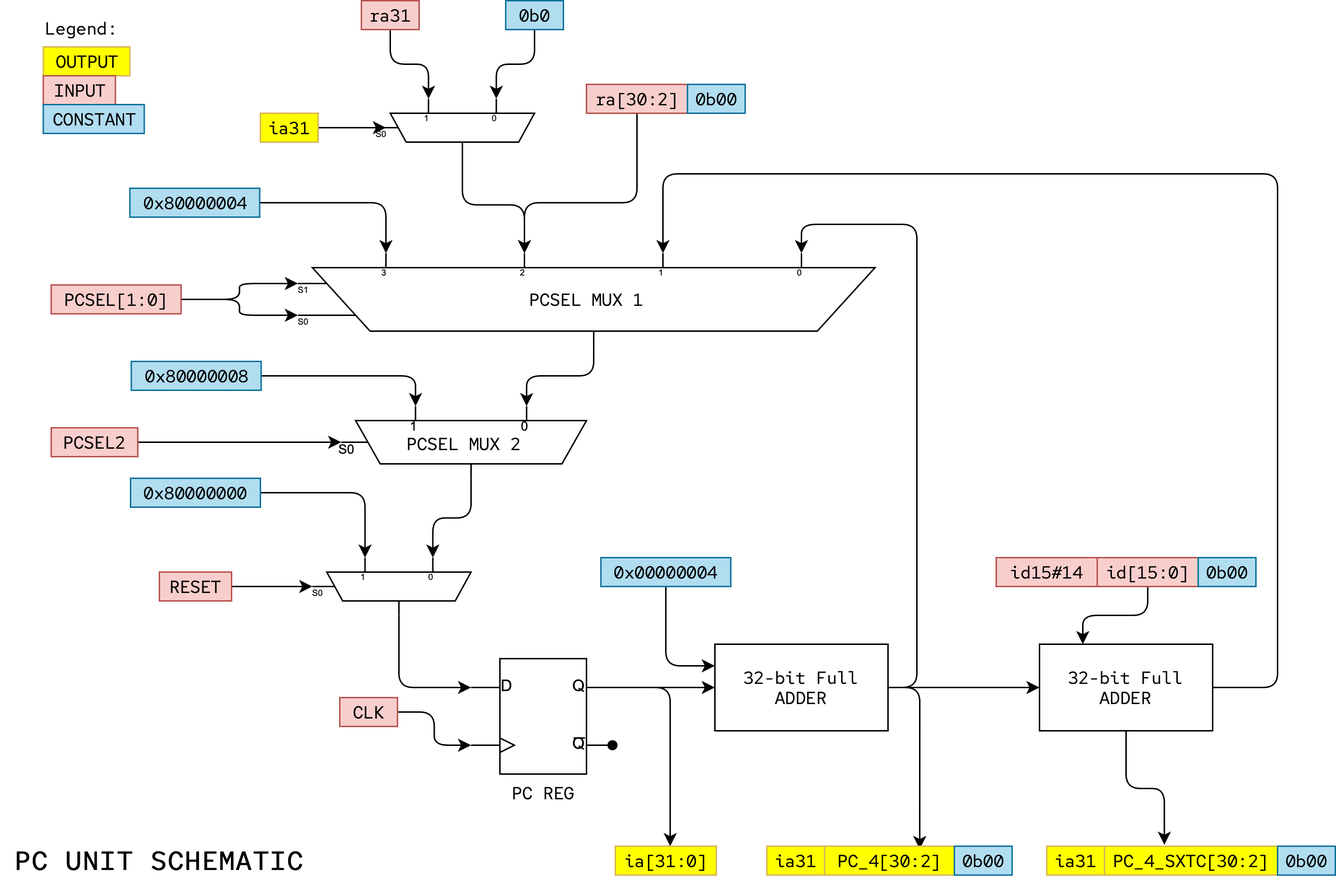
The draw.io diagram assets/contentimage/lab4/pcunit.png in natalieagus/50002, before a commit. Source tidied: cells renumbered, new cells last; positions are measured from the earlier drawing's top-left corner, leaving out a move shared by most shapes.
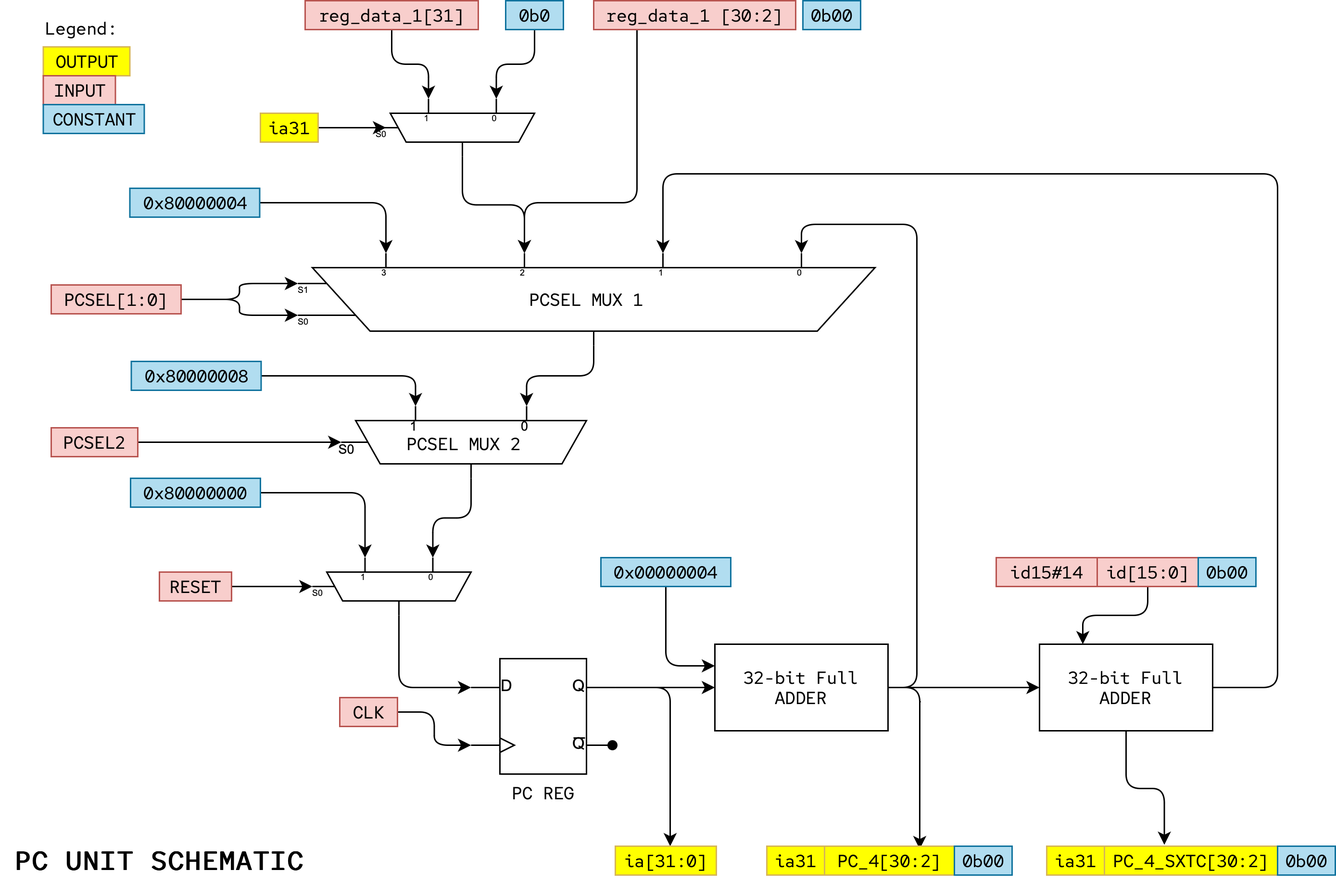
The same diagram one commit later.

What changed in the source:
```diff
@@ -71,8 +71,8 @@
     <mxCell id="23" style="edgeStyle=orthogonalEdgeStyle;jettySize=auto;html=1;entryX=0;entryY=0.6409090909090909;entryDx=0;entryDy=3;entryPerimeter=0;fontFamily=Red Hat Mono;fontSource=https%3A%2F%2Ffonts.googleapis.com%2Fcss%3Ffamily%3DRed%2BHat%2BMono;startArrow=none;startFill=0;endArrow=classic;endFill=1;strokeColor=#000000;strokeWidth=1;jumpStyle=arc;" parent="1" edge="1" source="24" target="3">
       <mxGeometry relative="1" as="geometry" />
     </mxCell>
-    <mxCell id="24" value="ra31" style="text;html=1;align=center;verticalAlign=middle;points=[];strokeColor=#b85450;fillColor=#f8cecc;fontFamily=Red Hat Mono;fontStyle=0;" parent="1" vertex="1">
-      <mxGeometry x="250" width="40" height="20" as="geometry" />
+    <mxCell id="24" value="reg_data_1[31]" style="text;html=1;align=center;verticalAlign=middle;points=[];strokeColor=#b85450;fillColor=#f8cecc;fontFamily=Red Hat Mono;fontStyle=0;spacing=0;" parent="1" vertex="1">
+      <mxGeometry x="211" width="120" height="20" as="geometry" />
     </mxCell>
     <mxCell id="25" style="edgeStyle=orthogonalEdgeStyle;jettySize=auto;html=1;entryX=0;entryY=0.21363636363636362;entryDx=0;entryDy=3;entryPerimeter=0;fontFamily=Red Hat Mono;fontSource=https%3A%2F%2Ffonts.googleapis.com%2Fcss%3Ffamily%3DRed%2BHat%2BMono;startArrow=none;startFill=0;endArrow=classic;endFill=1;strokeColor=#000000;strokeWidth=1;jumpStyle=arc;" parent="1" edge="1" source="26" target="3">
       <mxGeometry relative="1" as="geometry" />
@@ -88,8 +88,8 @@
         </Array>
       </mxGeometry>
     </mxCell>
-    <mxCell id="28" value="ra[30:2]" style="text;html=1;align=center;verticalAlign=middle;points=[];strokeColor=#b85450;fillColor=#f8cecc;fontFamily=Red Hat Mono;fontStyle=0;" parent="1" vertex="1">
-      <mxGeometry x="406" y="58" width="70" height="20" as="geometry" />
+    <mxCell id="28" value="reg_data_1&amp;nbsp;[30:2]" style="text;html=1;align=center;verticalAlign=middle;points=[];strokeColor=#b85450;fillColor=#f8cecc;fontFamily=Red Hat Mono;fontStyle=0;spacing=0;" parent="1" vertex="1">
+      <mxGeometry x="411" width="140" height="20" as="geometry" />
     </mxCell>
     <mxCell id="29" style="edgeStyle=orthogonalEdgeStyle;jettySize=auto;html=1;entryX=0;entryY=0.75;entryDx=0;entryDy=0;entryPerimeter=0;fontFamily=Red Hat Mono;fontSource=https%3A%2F%2Ffonts.googleapis.com%2Fcss%3Ffamily%3DRed%2BHat%2BMono;startArrow=none;startFill=0;endArrow=classic;endFill=1;strokeColor=#000000;strokeWidth=1;jumpStyle=arc;" parent="1" edge="1" source="30" target="11">
       <mxGeometry relative="1" as="geometry" />
@@ -197,7 +197,7 @@
       <mxGeometry x="725" y="586" width="40" height="20" as="geometry" />
     </mxCell>
     <mxCell id="60" value="0b00" style="text;html=1;align=center;verticalAlign=middle;strokeColor=#10739e;fillColor=#b1ddf0;fontFamily=Red Hat Mono;fontStyle=0;" parent="1" vertex="1">
-      <mxGeometry x="476" y="58" width="40" height="20" as="geometry" />
+      <mxGeometry x="556" width="40" height="20" as="geometry" />
     </mxCell>
     <mxCell id="61" value="0b00" style="text;html=1;align=center;verticalAlign=middle;strokeColor=#10739e;fillColor=#b1ddf0;fontFamily=Red Hat Mono;" parent="1" vertex="1">
       <mxGeometry x="661" y="586" width="40" height="20" as="geometry" />
```
